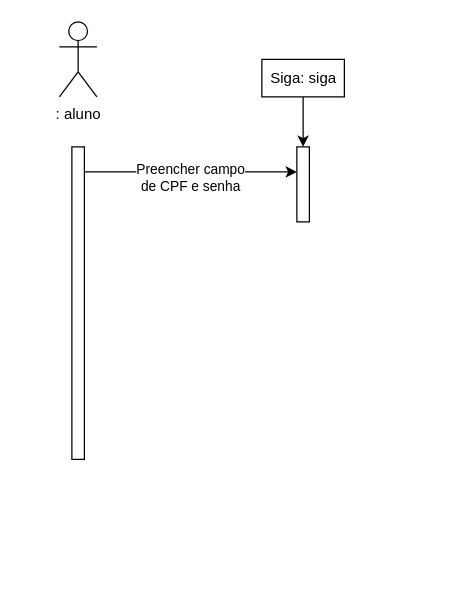
Before: Questão 03 - P2.drawio in bruniculos08/AMS0001, a draw.io diagram. Source tidied: cells renumbered, new cells numbered last; positions are measured from the earlier drawing's top-left corner, leaving out a move shared by most shapes. Both pictures are drawn from the tidied source at 125%, with x=0, y=0 at pixel (59, 21).
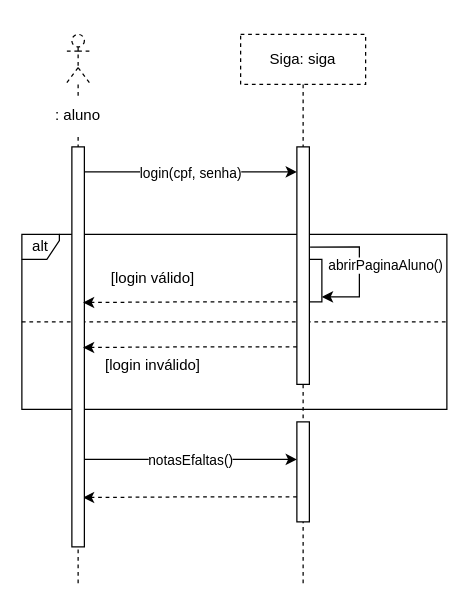
The same diagram, later.

The change refers to these unchanged cells:
```xml
<mxCell id="2" style="edgeStyle=orthogonalEdgeStyle;rounded=0;jettySize=auto;html=1;" parent="1" edge="1" source="4" target="6">
  <mxGeometry relative="1" as="geometry">
    <Array as="points">
      <mxPoint x="60" y="120" />
      <mxPoint x="60" y="120" />
    </Array>
  </mxGeometry>
</mxCell>
```

What changed in the source:
```diff
@@
+    <mxCell id="9" style="shape=umlLifeline;participant=umlActor;perimeter=lifelinePerimeter;whiteSpace=wrap;html=1;verticalAlign=top;spacingTop=36;dashed=1;" parent="1" vertex="1">
+      <mxGeometry x="5" y="10" width="20" height="440" as="geometry" />
+    </mxCell>
+    <mxCell id="8" value="Siga: siga" style="shape=umlLifeline;perimeter=lifelinePerimeter;whiteSpace=wrap;html=1;outlineConnect=0;dashed=1;" parent="1" vertex="1">
+      <mxGeometry x="145" y="10" width="100" height="440" as="geometry" />
+    </mxCell>
+    <mxCell id="10" style="html=1;perimeter=orthogonalPerimeter;" parent="8" vertex="1">
+      <mxGeometry x="45" y="310" width="10" height="80" as="geometry" />
+    </mxCell>
+    <mxCell id="11" style="edgeStyle=orthogonalEdgeStyle;rounded=0;orthogonalLoop=1;jettySize=auto;html=1;dashed=1;entryX=0.893;entryY=0.482;entryDx=0;entryDy=0;entryPerimeter=0;" parent="8" edge="1">
+      <mxGeometry relative="1" as="geometry">
+        <mxPoint x="45" y="370" as="sourcePoint" />
+        <mxPoint x="-126.1" y="370.5" as="targetPoint" />
+        <Array as="points">
+          <mxPoint x="-39" y="370" />
+        </Array>
+      </mxGeometry>
+    </mxCell>
@@
-    <mxCell id="3" value="Preencher campo&lt;br&gt;de CPF e senha" style="edgeLabel;html=1;align=center;verticalAlign=middle;" parent="2" vertex="1">
+    <mxCell id="3" value="login(cpf, senha)" style="edgeLabel;html=1;align=center;verticalAlign=middle;" parent="2" vertex="1">
       <mxGeometry x="-0.28" y="-3" relative="1" as="geometry">
-        <mxPoint x="23" y="1" as="offset" />
+        <mxPoint x="23" y="-3" as="offset" />
       </mxGeometry>
     </mxCell>
+    <mxCell id="12" value="alt" style="shape=umlFrame;whiteSpace=wrap;html=1;width=30;height=20;" parent="1" vertex="1">
+      <mxGeometry x="-30" y="170" width="340" height="140" as="geometry" />
+    </mxCell>
+    <mxCell id="13" style="line;strokeWidth=1;fillColor=none;align=left;verticalAlign=middle;spacingTop=-1;spacingLeft=3;spacingRight=3;labelPosition=right;dashed=1;" parent="1" vertex="1">
+      <mxGeometry x="-30" y="236" width="340" height="8" as="geometry" />
+    </mxCell>
+    <mxCell id="14" value="[login válido]" style="text;html=1;strokeColor=none;fillColor=none;align=center;verticalAlign=middle;whiteSpace=wrap;rounded=0;dashed=1;" parent="1" vertex="1">
+      <mxGeometry x="30" y="190" width="90" height="30" as="geometry" />
+    </mxCell>
+    <mxCell id="15" value="[login inválido]" style="text;html=1;strokeColor=none;fillColor=none;align=center;verticalAlign=middle;whiteSpace=wrap;rounded=0;dashed=1;" parent="1" vertex="1">
+      <mxGeometry x="30" y="260" width="90" height="30" as="geometry" />
+    </mxCell>
+    <mxCell id="5" value=": aluno" style="text;html=1;strokeColor=none;fillColor=default;align=center;verticalAlign=middle;whiteSpace=wrap;rounded=0;dashed=1;" parent="1" vertex="1">
+      <mxGeometry x="-15" y="60" width="60" height="30" as="geometry" />
+    </mxCell>
+    <mxCell id="16" style="html=1;perimeter=orthogonalPerimeter;" parent="1" vertex="1">
+      <mxGeometry x="200" y="190" width="10" height="34" as="geometry" />
+    </mxCell>
+    <mxCell id="6" style="html=1;points=[];perimeter=orthogonalPerimeter;" parent="1" vertex="1">
+      <mxGeometry x="190" y="100" width="10" height="190" as="geometry" />
+    </mxCell>
+    <mxCell id="17" style="endArrow=classic;html=1;rounded=0;exitX=1.057;exitY=0.422;exitDx=0;exitDy=0;exitPerimeter=0;" parent="1" edge="1" source="6">
+      <mxGeometry relative="1" as="geometry">
+        <mxPoint x="210" y="220" as="targetPoint" />
+        <Array as="points">
+          <mxPoint x="240" y="180" />
+          <mxPoint x="240" y="195" />
+          <mxPoint x="240" y="207" />
+          <mxPoint x="240" y="220" />
+          <mxPoint x="220" y="220" />
+        </Array>
+      </mxGeometry>
+    </mxCell>
+    <mxCell id="18" value="abrirPaginaAluno()" style="edgeLabel;html=1;align=center;verticalAlign=middle;" parent="17" vertex="1">
+      <mxGeometry x="0.05" relative="1" as="geometry">
+        <mxPoint x="20" y="-3" as="offset" />
+      </mxGeometry>
+    </mxCell>
     <mxCell id="4" style="html=1;points=[];perimeter=orthogonalPerimeter;" parent="1" vertex="1">
-      <mxGeometry x="10" y="100" width="10" height="250" as="geometry" />
+      <mxGeometry x="10" y="100" width="10" height="320" as="geometry" />
     </mxCell>
-    <mxCell id="5" value=": aluno" style="shape=umlActor;verticalLabelPosition=bottom;verticalAlign=top;html=1;" parent="1" vertex="1">
-      <mxGeometry width="30" height="60" as="geometry" />
-    </mxCell>
-    <mxCell id="6" style="html=1;points=[];perimeter=orthogonalPerimeter;" parent="1" vertex="1">
-      <mxGeometry x="190" y="100" width="10" height="60" as="geometry" />
-    </mxCell>
-    <mxCell id="7" style="edgeStyle=orthogonalEdgeStyle;rounded=0;jettySize=auto;html=1;exitX=0.5;exitY=1;exitDx=0;exitDy=0;" parent="1" edge="1" source="8" target="6">
-      <mxGeometry relative="1" as="geometry" />
-    </mxCell>
-    <mxCell id="8" value="Siga: siga" style="html=1;" parent="1" vertex="1">
-      <mxGeometry x="162" y="30" width="66" height="30" as="geometry" />
-    </mxCell>
+    <mxCell id="19" style="edgeStyle=orthogonalEdgeStyle;rounded=0;orthogonalLoop=1;jettySize=auto;html=1;dashed=1;entryX=0.893;entryY=0.482;entryDx=0;entryDy=0;entryPerimeter=0;" parent="1" edge="1">
+      <mxGeometry relative="1" as="geometry">
+        <mxPoint x="190" y="260" as="sourcePoint" />
+        <mxPoint x="18.9" y="260.5" as="targetPoint" />
+        <Array as="points">
+          <mxPoint x="106" y="260" />
+        </Array>
+      </mxGeometry>
+    </mxCell>
+    <mxCell id="20" style="edgeStyle=orthogonalEdgeStyle;rounded=0;orthogonalLoop=1;jettySize=auto;html=1;dashed=1;entryX=0.893;entryY=0.482;entryDx=0;entryDy=0;entryPerimeter=0;" parent="1" edge="1">
+      <mxGeometry relative="1" as="geometry">
+        <mxPoint x="190" y="224" as="sourcePoint" />
+        <mxPoint x="18.9" y="224.5" as="targetPoint" />
+        <Array as="points">
+          <mxPoint x="106" y="224" />
+        </Array>
+      </mxGeometry>
+    </mxCell>
+    <mxCell id="21" style="edgeStyle=orthogonalEdgeStyle;rounded=0;orthogonalLoop=1;jettySize=auto;html=1;" parent="1" edge="1">
+      <mxGeometry relative="1" as="geometry">
+        <mxPoint x="20" y="350" as="sourcePoint" />
+        <mxPoint x="190" y="350" as="targetPoint" />
+        <Array as="points">
+          <mxPoint x="60" y="350" />
+          <mxPoint x="60" y="350" />
+        </Array>
+      </mxGeometry>
+    </mxCell>
+    <mxCell id="22" value="notasEfaltas()" style="edgeLabel;html=1;align=center;verticalAlign=middle;" parent="21" vertex="1">
+      <mxGeometry x="-0.28" y="-3" relative="1" as="geometry">
+        <mxPoint x="23" y="-3" as="offset" />
+      </mxGeometry>
+    </mxCell>
```
